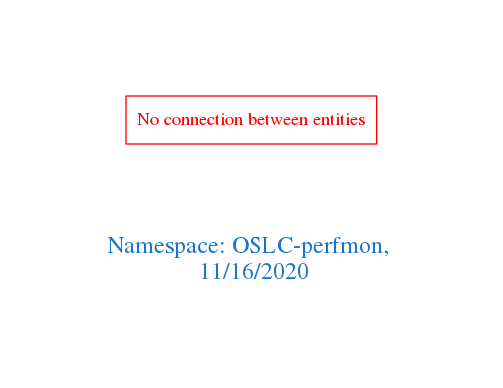
The Graphviz diagram downloads/OSLC-perfmon.png in arago/OGIT, before a commit. Its source is kept beside it as downloads/OSLC-perfmon.dot.
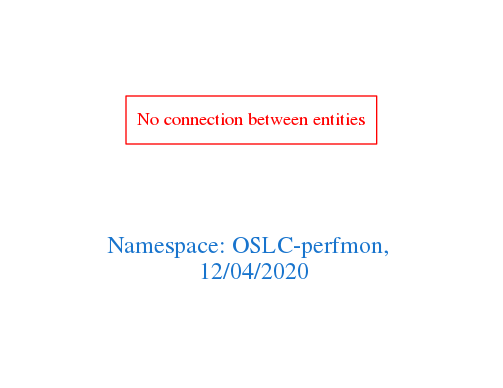
The same diagram one commit later.

The edit, as a diff of the source:
```diff
@@ -1,7 +1,7 @@
 digraph OGIT_ontology {
  graph [ rankdir= LR,pad=1
 fontsize = 18,
-fontcolor= dodgerblue3,label = "\n\n\nNamespace: OSLC-perfmon, \n 11/16/2020"];
+fontcolor= dodgerblue3,label = "\n\n\nNamespace: OSLC-perfmon, \n 12/04/2020"];
 node[shape=polygon];
 edge [  color="gray81"];
 
```
